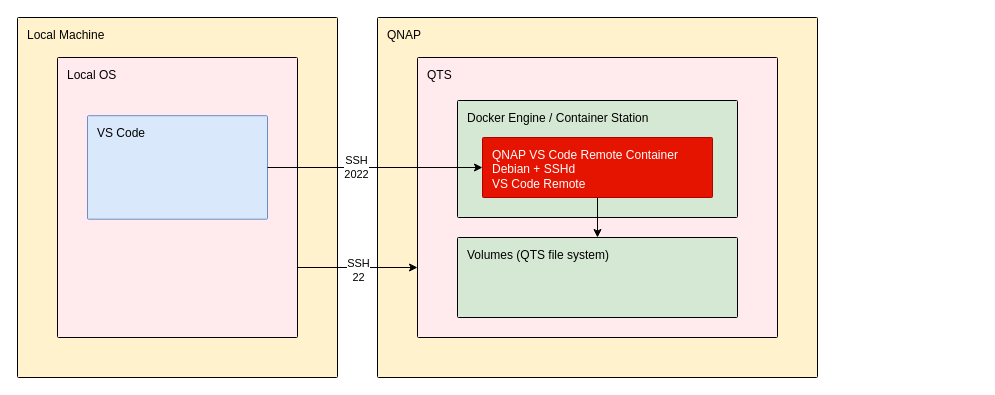
This is images/overview.drawio from hkato/qnap-vscode-container, a draw.io file, before an edit. Source tidied: cells renumbered, new cells numbered last; positions are measured from the earlier drawing's top-left corner, leaving out a move shared by most shapes. Both pictures are drawn from the tidied source at 100%, with x=0, y=0 at pixel (17, 17).
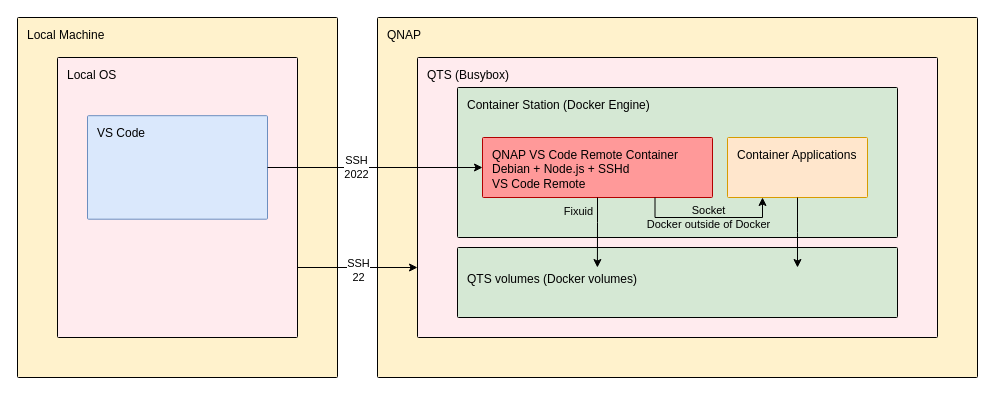
Above is the later version.

What changed in the source:
```diff
@@
     <mxCell id="5" value="&lt;font color=&quot;#000000&quot;&gt;QNAP&lt;/font&gt;" style="sketch=0;rounded=1;absoluteArcSize=1;arcSize=2;html=1;strokeColor=#000000;shadow=0;dashed=0;fontSize=12;align=left;verticalAlign=top;spacing=10;spacingTop=-4;whiteSpace=wrap;fillColor=#fff2cc;" parent="1" vertex="1">
-      <mxGeometry x="360" width="440" height="360" as="geometry" />
+      <mxGeometry x="360" width="600" height="360" as="geometry" />
     </mxCell>
-    <mxCell id="6" value="&lt;font color=&quot;#000000&quot;&gt;QTS&lt;/font&gt;" style="sketch=0;points=[[0,0,0],[0.25,0,0],[0.5,0,0],[0.75,0,0],[1,0,0],[1,0.25,0],[1,0.5,0],[1,0.75,0],[1,1,0],[0.75,1,0],[0.5,1,0],[0.25,1,0],[0,1,0],[0,0.75,0],[0,0.5,0],[0,0.25,0]];rounded=1;absoluteArcSize=1;arcSize=2;html=1;strokeColor=default;gradientColor=none;shadow=0;dashed=0;fontSize=12;fontColor=#9E9E9E;align=left;verticalAlign=top;spacing=10;spacingTop=-4;whiteSpace=wrap;fillColor=#FFEBEE;" parent="1" vertex="1">
-      <mxGeometry x="400" y="40" width="360" height="280" as="geometry" />
+    <mxCell id="6" value="&lt;font color=&quot;#000000&quot;&gt;QTS (Busybox)&lt;/font&gt;" style="sketch=0;points=[[0,0,0],[0.25,0,0],[0.5,0,0],[0.75,0,0],[1,0,0],[1,0.25,0],[1,0.5,0],[1,0.75,0],[1,1,0],[0.75,1,0],[0.5,1,0],[0.25,1,0],[0,1,0],[0,0.75,0],[0,0.5,0],[0,0.25,0]];rounded=1;absoluteArcSize=1;arcSize=2;html=1;strokeColor=default;gradientColor=none;shadow=0;dashed=0;fontSize=12;fontColor=#9E9E9E;align=left;verticalAlign=top;spacing=10;spacingTop=-4;whiteSpace=wrap;fillColor=#FFEBEE;" parent="1" vertex="1">
+      <mxGeometry x="400" y="40" width="520" height="280" as="geometry" />
     </mxCell>
-    <mxCell id="7" value="&lt;font color=&quot;#000000&quot;&gt;Docker Engine / Container Station&lt;/font&gt;" style="sketch=0;rounded=1;absoluteArcSize=1;arcSize=2;html=1;strokeColor=#000000;shadow=0;dashed=0;fontSize=12;align=left;verticalAlign=top;spacing=10;spacingTop=-4;whiteSpace=wrap;fillColor=#d5e8d4;" parent="1" vertex="1">
-      <mxGeometry x="440" y="83" width="280" height="117" as="geometry" />
+    <mxCell id="7" value="&lt;font color=&quot;#000000&quot;&gt;Container Station (Docker Engine)&lt;/font&gt;" style="sketch=0;rounded=1;absoluteArcSize=1;arcSize=2;html=1;strokeColor=#000000;shadow=0;dashed=0;fontSize=12;align=left;verticalAlign=top;spacing=10;spacingTop=-4;whiteSpace=wrap;fillColor=#d5e8d4;" parent="1" vertex="1">
+      <mxGeometry x="440" y="70" width="440" height="150" as="geometry" />
     </mxCell>
-    <mxCell id="8" value="QNAP VS Code Remote Container&lt;div&gt;Debian + SSHd&lt;/div&gt;&lt;div&gt;VS Code Remote&lt;/div&gt;" style="sketch=0;points=[[0,0,0],[0.25,0,0],[0.5,0,0],[0.75,0,0],[1,0,0],[1,0.25,0],[1,0.5,0],[1,0.75,0],[1,1,0],[0.75,1,0],[0.5,1,0],[0.25,1,0],[0,1,0],[0,0.75,0],[0,0.5,0],[0,0.25,0]];rounded=1;absoluteArcSize=1;arcSize=2;html=1;strokeColor=#B20000;shadow=0;dashed=0;fontSize=12;align=left;verticalAlign=top;spacing=10;spacingTop=-4;whiteSpace=wrap;fillColor=#e51400;fontColor=#ffffff;" parent="1" vertex="1">
+    <mxCell id="8" value="QNAP VS Code Remote Container&lt;div&gt;Debian + Node.js + SSHd&lt;/div&gt;&lt;div&gt;VS Code Remote&lt;/div&gt;" style="sketch=0;points=[[0,0,0],[0.25,0,0],[0.5,0,0],[0.75,0,0],[1,0,0],[1,0.25,0],[1,0.5,0],[1,0.75,0],[1,1,0],[0.75,1,0],[0.5,1,0],[0.25,1,0],[0,1,0],[0,0.75,0],[0,0.5,0],[0,0.25,0]];rounded=1;absoluteArcSize=1;arcSize=2;html=1;strokeColor=#B20000;shadow=0;dashed=0;fontSize=12;align=left;verticalAlign=top;spacing=10;spacingTop=-4;whiteSpace=wrap;fillColor=#FF9999;fontColor=#000000;" parent="1" vertex="1">
       <mxGeometry x="465" y="120" width="230" height="60" as="geometry" />
     </mxCell>
-    <mxCell id="9" value="&lt;font color=&quot;#000000&quot;&gt;Volumes (QTS file system)&lt;/font&gt;" style="sketch=0;points=[[0,0,0],[0.25,0,0],[0.5,0,0],[0.75,0,0],[1,0,0],[1,0.25,0],[1,0.5,0],[1,0.75,0],[1,1,0],[0.75,1,0],[0.5,1,0],[0.25,1,0],[0,1,0],[0,0.75,0],[0,0.5,0],[0,0.25,0]];rounded=1;absoluteArcSize=1;arcSize=2;html=1;strokeColor=#000000;shadow=0;dashed=0;fontSize=12;align=left;verticalAlign=top;spacing=10;spacingTop=-4;whiteSpace=wrap;fillColor=#d5e8d4;" parent="1" vertex="1">
-      <mxGeometry x="440" y="220" width="280" height="80" as="geometry" />
+    <mxCell id="9" value="&lt;div&gt;&lt;font color=&quot;#000000&quot;&gt;&lt;br&gt;&lt;/font&gt;&lt;/div&gt;&lt;font color=&quot;#000000&quot;&gt;QTS volumes (Docker volumes)&lt;/font&gt;" style="sketch=0;points=[[0,0,0],[0.25,0,0],[0.5,0,0],[0.75,0,0],[1,0,0],[1,0.25,0],[1,0.5,0],[1,0.75,0],[1,1,0],[0.75,1,0],[0.5,1,0],[0.25,1,0],[0,1,0],[0,0.75,0],[0,0.5,0],[0,0.25,0]];rounded=1;absoluteArcSize=1;arcSize=2;html=1;strokeColor=#000000;shadow=0;dashed=0;fontSize=12;align=left;verticalAlign=top;spacing=10;spacingTop=-4;whiteSpace=wrap;fillColor=#d5e8d4;" parent="1" vertex="1">
+      <mxGeometry x="440" y="230" width="440" height="70" as="geometry" />
     </mxCell>
-    <mxCell id="10" style="edgeStyle=orthogonalEdgeStyle;rounded=0;jettySize=auto;html=1;exitX=0.5;exitY=1;exitDx=0;exitDy=0;exitPerimeter=0;" parent="1" edge="1" source="8" target="9">
-      <mxGeometry relative="1" as="geometry" />
-    </mxCell>
@@
+    <mxCell id="15" value="Container Applications" style="sketch=0;points=[[0,0,0],[0.25,0,0],[0.5,0,0],[0.75,0,0],[1,0,0],[1,0.25,0],[1,0.5,0],[1,0.75,0],[1,1,0],[0.75,1,0],[0.5,1,0],[0.25,1,0],[0,1,0],[0,0.75,0],[0,0.5,0],[0,0.25,0]];rounded=1;absoluteArcSize=1;arcSize=2;html=1;strokeColor=#d79b00;shadow=0;dashed=0;fontSize=12;align=left;verticalAlign=top;spacing=10;spacingTop=-4;whiteSpace=wrap;fillColor=#ffe6cc;" parent="1" vertex="1">
+      <mxGeometry x="710" y="120" width="140" height="60" as="geometry" />
+    </mxCell>
+    <mxCell id="10" style="edgeStyle=orthogonalEdgeStyle;rounded=0;jettySize=auto;html=1;exitX=0.5;exitY=1;exitDx=0;exitDy=0;exitPerimeter=0;entryX=0.318;entryY=0.286;entryDx=0;entryDy=0;entryPerimeter=0;" parent="1" edge="1" source="8" target="9">
+      <mxGeometry relative="1" as="geometry" />
+    </mxCell>
+    <mxCell id="16" value="Fixuid" style="edgeLabel;html=1;align=center;verticalAlign=middle;labelBackgroundColor=none;" parent="10" vertex="1">
+      <mxGeometry x="-0.34" y="-1" relative="1" as="geometry">
+        <mxPoint x="-19" y="-10" as="offset" />
+      </mxGeometry>
+    </mxCell>
+    <mxCell id="17" style="edgeStyle=orthogonalEdgeStyle;rounded=0;jettySize=auto;html=1;" parent="1" edge="1" source="15">
+      <mxGeometry relative="1" as="geometry">
+        <mxPoint x="780" y="250" as="targetPoint" />
+      </mxGeometry>
+    </mxCell>
+    <mxCell id="18" style="edgeStyle=orthogonalEdgeStyle;rounded=0;jettySize=auto;html=1;exitX=0.75;exitY=1;exitDx=0;exitDy=0;exitPerimeter=0;entryX=0.25;entryY=1;entryDx=0;entryDy=0;entryPerimeter=0;" parent="1" edge="1" source="8" target="15">
+      <mxGeometry relative="1" as="geometry" />
+    </mxCell>
+    <mxCell id="19" value="Socket&lt;br&gt;Docker outside of Docker" style="edgeLabel;html=1;align=center;verticalAlign=middle;labelBackgroundColor=none;" parent="18" vertex="1">
+      <mxGeometry x="-0.16" y="1" relative="1" as="geometry">
+        <mxPoint x="11" as="offset" />
+      </mxGeometry>
+    </mxCell>
```
